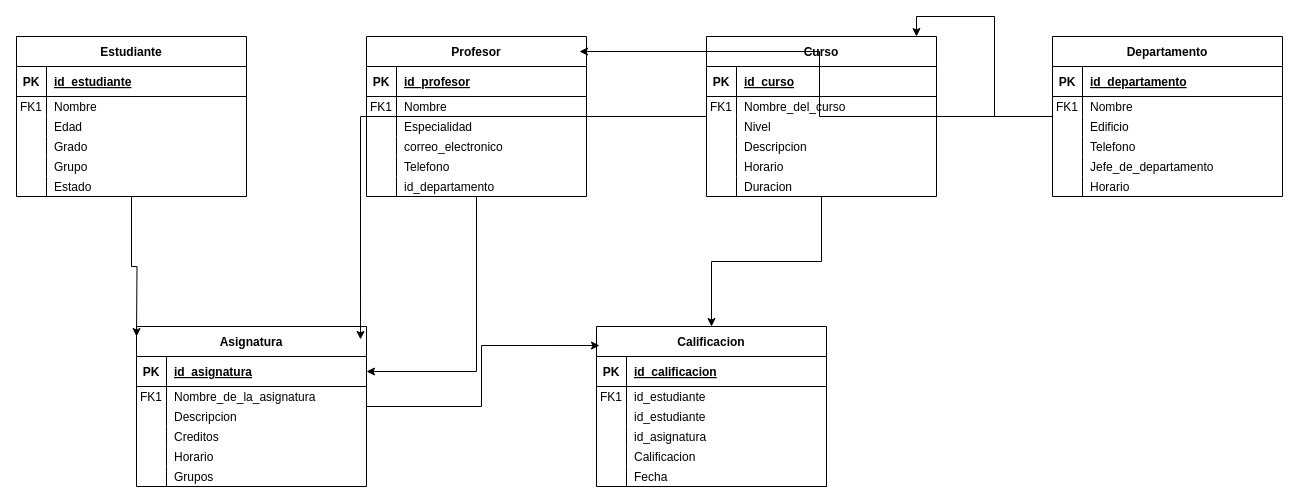
JAntonioCoder/fbd-Juan-Antonio keeps this draw.io diagram as Diagrama/Examen3.drawio. Above is the earlier version. Source tidied: cells renumbered, new cells numbered last; positions are measured from the earlier drawing's top-left corner, leaving out a move shared by most shapes. Both pictures are drawn from the tidied source at 100%, with x=0, y=0 at pixel (16, 36).
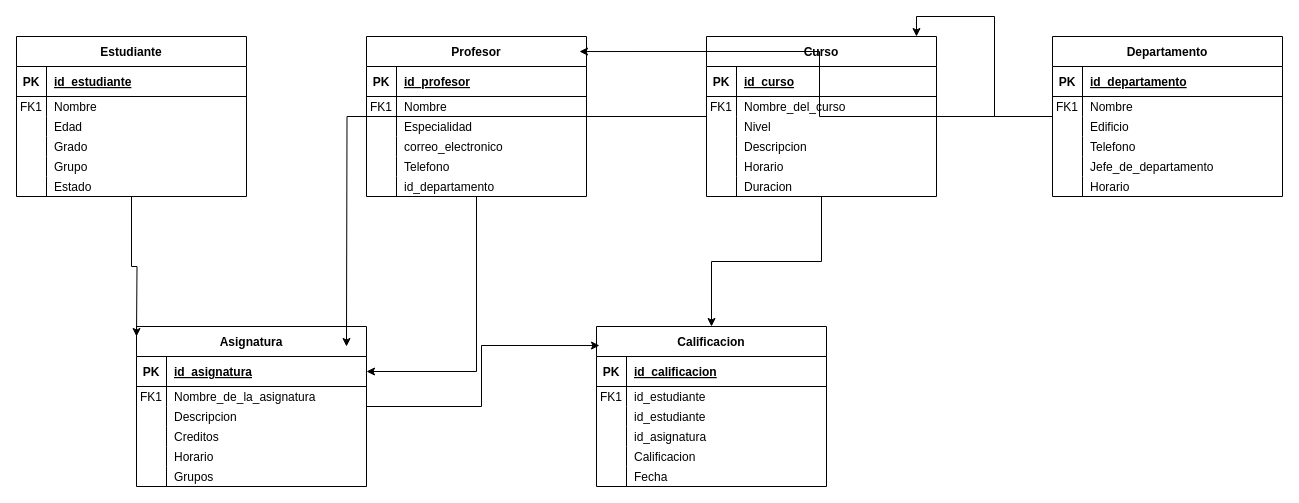
The same page after the edit.

Unchanged cells that the change refers to:
```xml
<mxCell id="42" value="Curso" style="shape=table;startSize=30;childLayout=tableLayout;rowLines=0;fontStyle=1;align=center;" parent="1" vertex="1">
  <mxGeometry x="690" width="230" height="160" as="geometry" />
</mxCell>
<mxCell id="61" value="Asignatura" style="shape=table;startSize=30;childLayout=tableLayout;rowLines=0;fontStyle=1;align=center;" parent="1" vertex="1">
  <mxGeometry x="120" y="290" width="230" height="160" as="geometry" />
</mxCell>
```

Change to the diagram source:
```diff
@@
-    <mxCell id="119" style="edgeStyle=orthogonalEdgeStyle;rounded=0;jettySize=auto;html=1;entryX=0.974;entryY=0.081;entryDx=0;entryDy=0;entryPerimeter=0;" parent="1" edge="1" source="42" target="61">
-      <mxGeometry relative="1" as="geometry" />
+    <mxCell id="119" style="edgeStyle=orthogonalEdgeStyle;rounded=0;jettySize=auto;html=1;" parent="1" edge="1" source="42">
+      <mxGeometry relative="1" as="geometry">
+        <mxPoint x="330" y="310" as="targetPoint" />
+      </mxGeometry>
     </mxCell>
```
